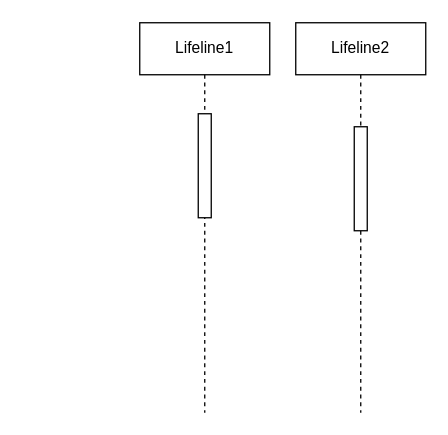
Earlier version of the draw.io diagram SENG 321/SQD4-2.drawio (amirabdullahi1/gold). Source tidied: cells renumbered, new cells numbered last; positions are measured from the earlier drawing's top-left corner, leaving out a move shared by most shapes. Both pictures are drawn from the tidied source at 130%, with x=0, y=0 at pixel (139, 22).
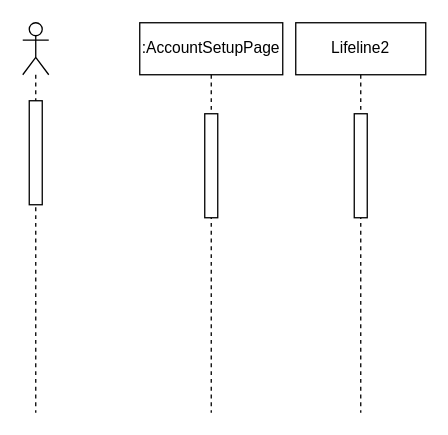
The same diagram, later.

Change to the diagram source:
```diff
@@
 <mxGraphModel>
   <root>
     <mxCell id="0" />
     <mxCell id="1" parent="0" />
-    <mxCell id="2" value="Lifeline1" style="shape=umlLifeline;perimeter=lifelinePerimeter;whiteSpace=wrap;html=1;newEdgeStyle={&quot;edgeStyle&quot;:&quot;elbowEdgeStyle&quot;,&quot;elbow&quot;:&quot;vertical&quot;,&quot;curved&quot;:0,&quot;rounded&quot;:0};" parent="1" vertex="1">
-      <mxGeometry width="100" height="300" as="geometry" />
+    <mxCell id="2" value=":AccountSetupPage" style="shape=umlLifeline;perimeter=lifelinePerimeter;whiteSpace=wrap;html=1;newEdgeStyle={&quot;edgeStyle&quot;:&quot;elbowEdgeStyle&quot;,&quot;elbow&quot;:&quot;vertical&quot;,&quot;curved&quot;:0,&quot;rounded&quot;:0};" parent="1" vertex="1">
+      <mxGeometry width="110" height="300" as="geometry" />
     </mxCell>
     <mxCell id="3" style="html=1;perimeter=orthogonalPerimeter;targetShapes=umlLifeline;newEdgeStyle={&quot;curved&quot;:0,&quot;rounded&quot;:0};" parent="2" vertex="1">
-      <mxGeometry x="45" y="70" width="10" height="80" as="geometry" />
+      <mxGeometry x="50" y="70" width="10" height="80" as="geometry" />
     </mxCell>
     <mxCell id="4" value="Lifeline2" style="shape=umlLifeline;perimeter=lifelinePerimeter;whiteSpace=wrap;html=1;newEdgeStyle={&quot;edgeStyle&quot;:&quot;elbowEdgeStyle&quot;,&quot;elbow&quot;:&quot;vertical&quot;,&quot;curved&quot;:0,&quot;rounded&quot;:0};" parent="1" vertex="1">
       <mxGeometry x="120" width="100" height="300" as="geometry" />
     </mxCell>
+    <mxCell id="6" style="html=1;perimeter=orthogonalPerimeter;targetShapes=umlLifeline;newEdgeStyle={&quot;curved&quot;:0,&quot;rounded&quot;:0};" parent="4" vertex="1">
+      <mxGeometry x="45" y="70" width="10" height="80" as="geometry" />
+    </mxCell>
+    <mxCell id="7" style="shape=umlLifeline;perimeter=lifelinePerimeter;whiteSpace=wrap;html=1;newEdgeStyle={&quot;curved&quot;:0,&quot;rounded&quot;:0};participant=umlActor;" parent="1" vertex="1">
+      <mxGeometry x="-90" width="20" height="300" as="geometry" />
+    </mxCell>
-    <mxCell id="5" style="html=1;perimeter=orthogonalPerimeter;targetShapes=umlLifeline;newEdgeStyle={&quot;curved&quot;:0,&quot;rounded&quot;:0};" parent="4" vertex="1">
-      <mxGeometry x="45" y="80" width="10" height="80" as="geometry" />
+    <mxCell id="5" style="html=1;perimeter=orthogonalPerimeter;targetShapes=umlLifeline;newEdgeStyle={&quot;curved&quot;:0,&quot;rounded&quot;:0};" parent="7" vertex="1">
+      <mxGeometry x="5" y="60" width="10" height="80" as="geometry" />
     </mxCell>
   </root>
 </mxGraphModel>
```
